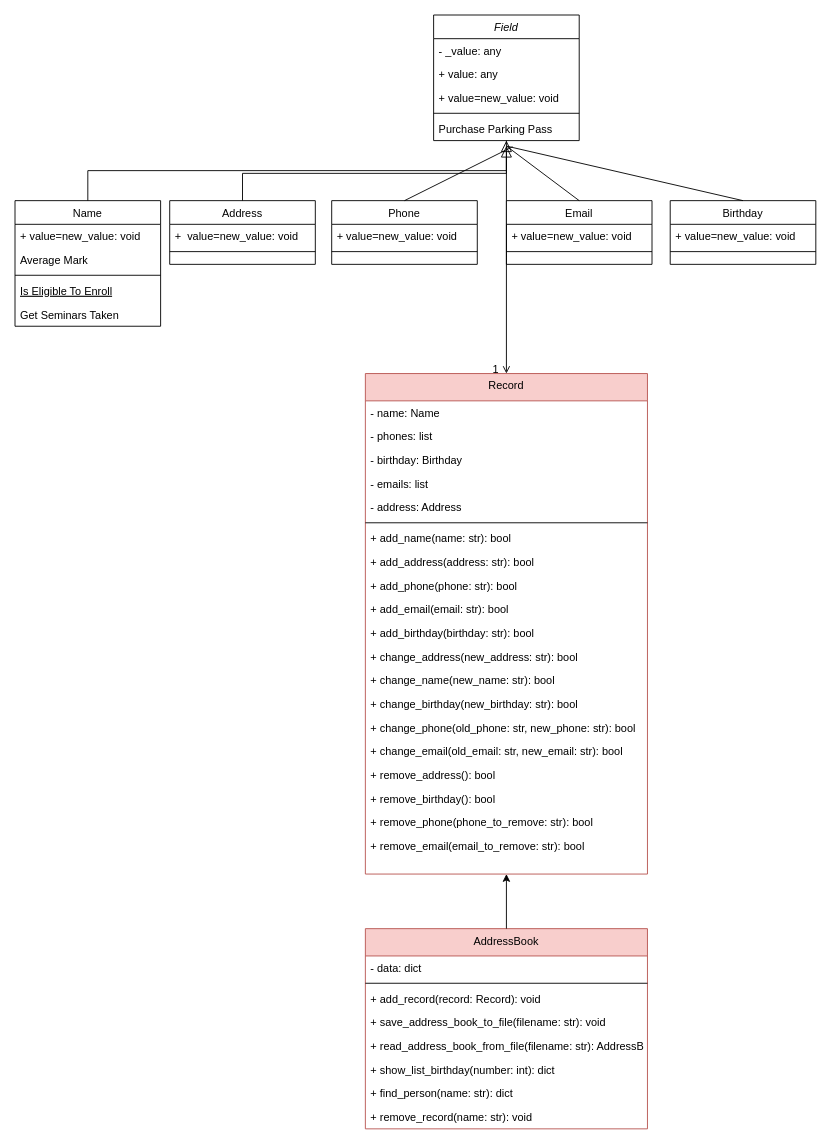
Before: classUML.drawio in Almixs/-THE_MIND_HUNTERS-, a draw.io diagram. Source tidied: cells renumbered, new cells numbered last; positions are measured from the earlier drawing's top-left corner, leaving out a move shared by most shapes. Both pictures are drawn from the tidied source at 91%, with x=0, y=0 at pixel (15, 15).
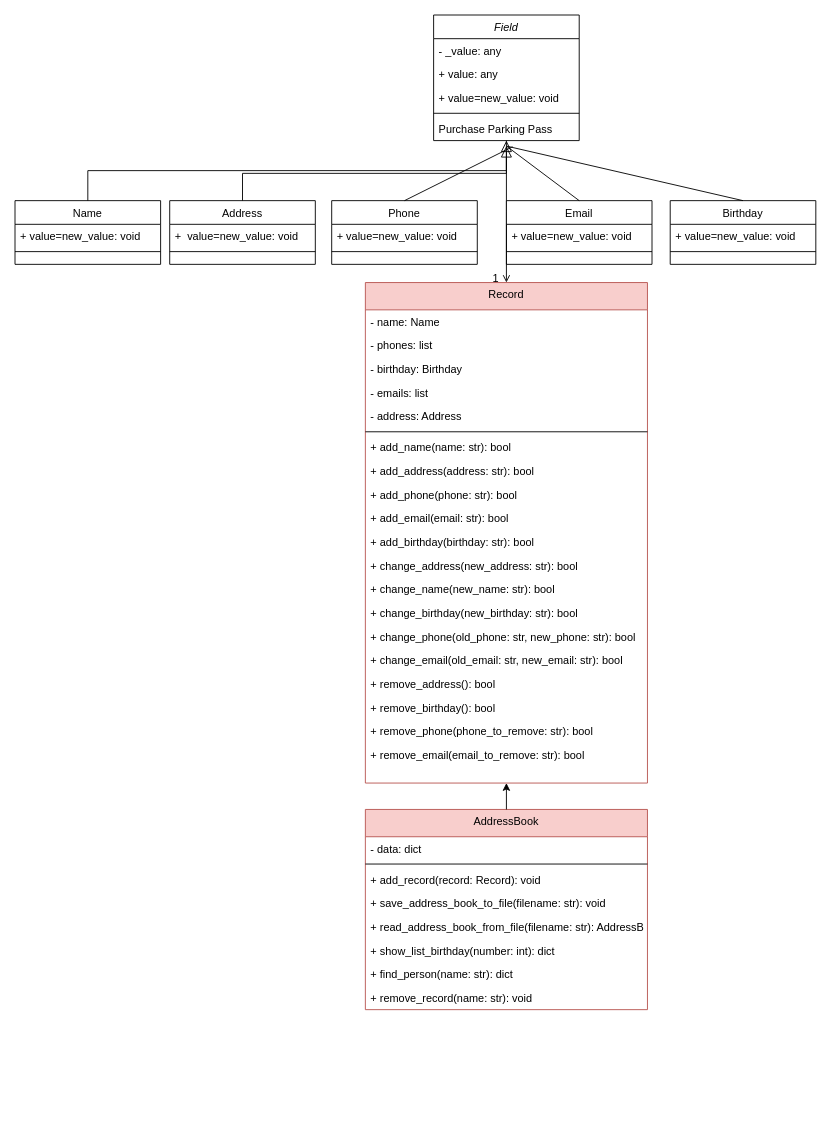
Above is the later version.

The edit, as a diff of the source:
```diff
@@
     <mxCell id="8" value="Name" style="swimlane;fontStyle=0;align=center;verticalAlign=top;horizontal=1;startSize=26;rounded=0;shadow=0;strokeWidth=1;" parent="1" vertex="1">
-      <mxGeometry y="204" width="160" height="138" as="geometry" />
+      <mxGeometry y="204" width="160" height="70" as="geometry" />
     </mxCell>
@@
-    <mxCell id="10" value="Average Mark" style="text;align=left;verticalAlign=top;spacingLeft=4;spacingRight=4;overflow=hidden;rounded=0;shadow=0;html=0;" parent="8" vertex="1">
-      <mxGeometry y="52" width="160" height="26" as="geometry" />
-    </mxCell>
     <mxCell id="11" style="line;html=1;strokeWidth=1;align=left;verticalAlign=middle;spacingTop=-1;spacingLeft=3;spacingRight=3;labelPosition=right;" parent="8" vertex="1">
-      <mxGeometry y="78" width="160" height="8" as="geometry" />
+      <mxGeometry y="52" width="160" height="8" as="geometry" />
     </mxCell>
-    <mxCell id="12" value="Is Eligible To Enroll" style="text;align=left;verticalAlign=top;spacingLeft=4;spacingRight=4;overflow=hidden;fontStyle=4;" parent="8" vertex="1">
-      <mxGeometry y="86" width="160" height="26" as="geometry" />
-    </mxCell>
-    <mxCell id="13" value="Get Seminars Taken" style="text;align=left;verticalAlign=top;spacingLeft=4;spacingRight=4;overflow=hidden;" parent="8" vertex="1">
-      <mxGeometry y="112" width="160" height="26" as="geometry" />
-    </mxCell>
@@
     <mxCell id="19" value="Record" style="swimlane;fontStyle=0;align=center;verticalAlign=top;horizontal=1;startSize=30;rounded=0;shadow=0;strokeWidth=1;strokeColor=#b85450;fillColor=#f8cecc;" parent="1" vertex="1">
-      <mxGeometry x="385" y="394" width="310" height="550" as="geometry" />
+      <mxGeometry x="385" y="294" width="310" height="550" as="geometry" />
     </mxCell>
@@
     <mxCell id="51" value="AddressBook" style="swimlane;fontStyle=0;align=center;verticalAlign=top;horizontal=1;startSize=30;rounded=0;shadow=0;strokeWidth=1;strokeColor=#b85450;fillColor=#f8cecc;" parent="1" vertex="1">
-      <mxGeometry x="385" y="1004" width="310" height="220" as="geometry" />
+      <mxGeometry x="385" y="873" width="310" height="220" as="geometry" />
     </mxCell>
```
